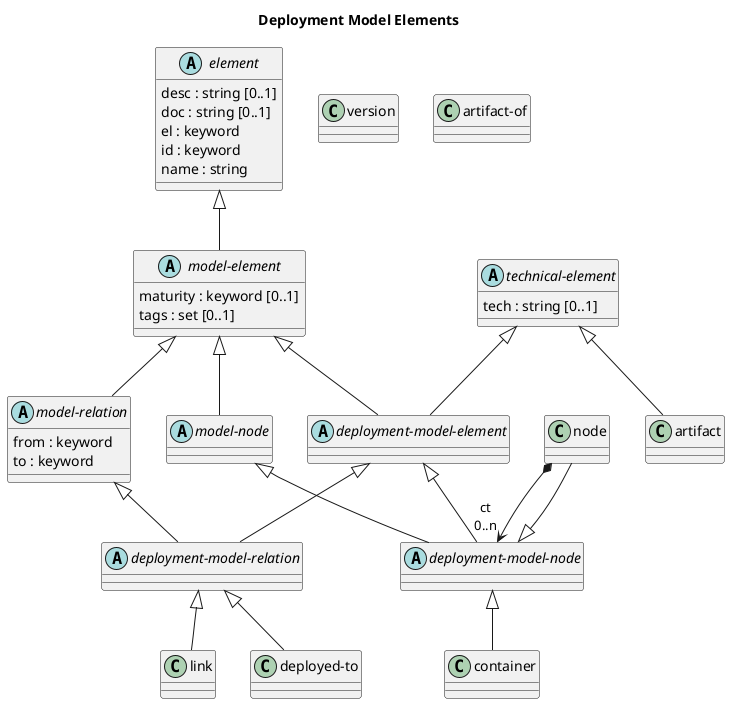
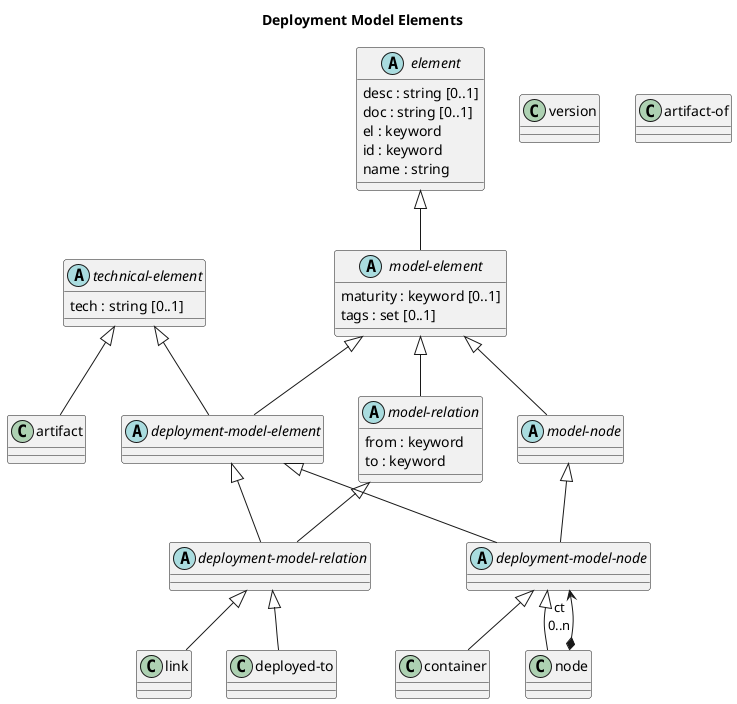
@startuml deployment-model-elements






title Deployment Model Elements

- class "node" as overarch_dataModel_node {}
class "artifact" as overarch_dataModel_artifact {}
abstract class "deployment-model-relation" as overarch_dataModel_deploymentModelRelation {}
class "link" as overarch_dataModel_link {}
abstract class "model-element" as overarch_dataModel_modelElement {
  maturity : keyword [0..1]
  tags : set [0..1]
}
class "deployed-to" as overarch_dataModel_deployedTo {}
abstract class "technical-element" as overarch_dataModel_technicalElement {
  tech : string [0..1]
}
class "version" as overarch_dataModel_version {}
class "artifact-of" as overarch_dataModel_artifactOf {}
+ class "container" as overarch_dataModel_container {}
abstract class "deployment-model-node" as overarch_dataModel_deploymentModelNode {}
+ class "node" as overarch_dataModel_node {}
abstract class "model-node" as overarch_dataModel_modelNode {}
abstract class "model-relation" as overarch_dataModel_modelRelation {
  from : keyword
  to : keyword
}
abstract class "deployment-model-element" as overarch_dataModel_deploymentModelElement {}
abstract class "element" as overarch_dataModel_element {
  desc : string [0..1]
  doc : string [0..1]
  el : keyword
  id : keyword
  name : string
}
- class "container" as overarch_dataModel_container {}
overarch_dataModel_element <|-- overarch_dataModel_modelElement
overarch_dataModel_modelRelation <|-- overarch_dataModel_deploymentModelRelation
overarch_dataModel_modelElement <|-- overarch_dataModel_modelNode
overarch_dataModel_node *-->  "ct\n0..n" overarch_dataModel_deploymentModelNode
overarch_dataModel_modelElement <|-- overarch_dataModel_modelRelation
overarch_dataModel_deploymentModelElement <|-- overarch_dataModel_deploymentModelNode
overarch_dataModel_technicalElement <|-- overarch_dataModel_artifact
overarch_dataModel_deploymentModelRelation <|-- overarch_dataModel_deployedTo
overarch_dataModel_modelNode <|-- overarch_dataModel_deploymentModelNode
overarch_dataModel_technicalElement <|-- overarch_dataModel_deploymentModelElement
overarch_dataModel_modelElement <|-- overarch_dataModel_deploymentModelElement
overarch_dataModel_deploymentModelRelation <|-- overarch_dataModel_link
overarch_dataModel_deploymentModelNode <|-- overarch_dataModel_node
overarch_dataModel_deploymentModelNode <|-- overarch_dataModel_container
overarch_dataModel_deploymentModelElement <|-- overarch_dataModel_deploymentModelRelation
@enduml
